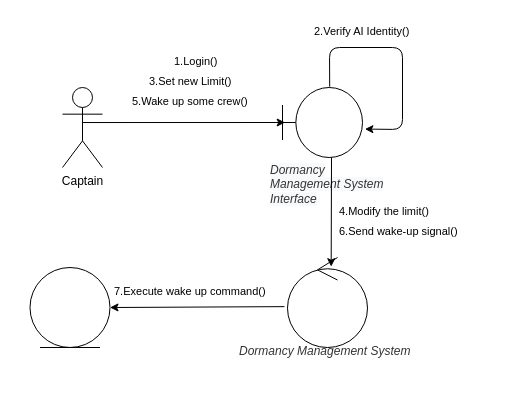
Before: SAD/LimitCommunicate.drawio in DukeofCambridge/Diagrams, a draw.io diagram. Source tidied: cells renumbered, new cells numbered last; positions are measured from the earlier drawing's top-left corner, leaving out a move shared by most shapes. Both pictures are drawn from the tidied source at 100%, with x=0, y=0 at pixel (29, 17).
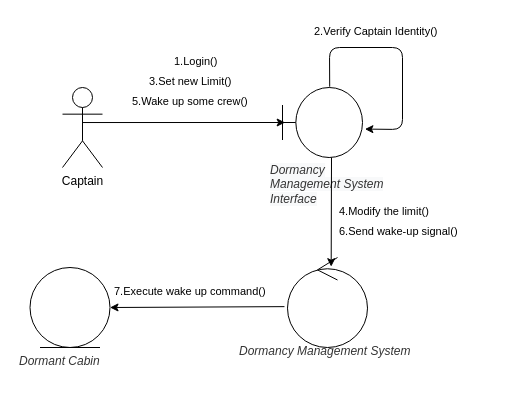
After the change.

The edit, as a diff of the source:
```diff
@@
-    <mxCell id="11" value="&lt;span style=&quot;color: rgb(0, 0, 0); font-family: helvetica; font-size: 11px; font-style: normal; font-weight: 400; letter-spacing: normal; text-align: center; text-indent: 0px; text-transform: none; word-spacing: 0px; background-color: rgb(255, 255, 255); display: inline; float: none;&quot;&gt;2.Verify AI Identity()&lt;/span&gt;" style="text;whiteSpace=wrap;html=1;" parent="1" vertex="1">
-      <mxGeometry x="283" width="130" height="30" as="geometry" />
+    <mxCell id="11" value="&lt;span style=&quot;color: rgb(0 , 0 , 0) ; font-family: &amp;#34;helvetica&amp;#34; ; font-size: 11px ; font-style: normal ; font-weight: 400 ; letter-spacing: normal ; text-align: center ; text-indent: 0px ; text-transform: none ; word-spacing: 0px ; background-color: rgb(255 , 255 , 255) ; display: inline ; float: none&quot;&gt;2.Verify Captain Identity()&lt;/span&gt;" style="text;whiteSpace=wrap;html=1;" parent="1" vertex="1">
+      <mxGeometry x="283" width="145" height="30" as="geometry" />
     </mxCell>
@@
+    <mxCell id="19" value="&lt;span style=&quot;color: rgb(51 , 51 , 51) ; font-family: &amp;#34;helvetica&amp;#34; ; font-style: italic ; text-align: center&quot;&gt;Dormant Cabin&lt;/span&gt;" style="text;whiteSpace=wrap;html=1;" parent="1" vertex="1">
+      <mxGeometry x="-12" y="330" width="191" height="30" as="geometry" />
+    </mxCell>
```
